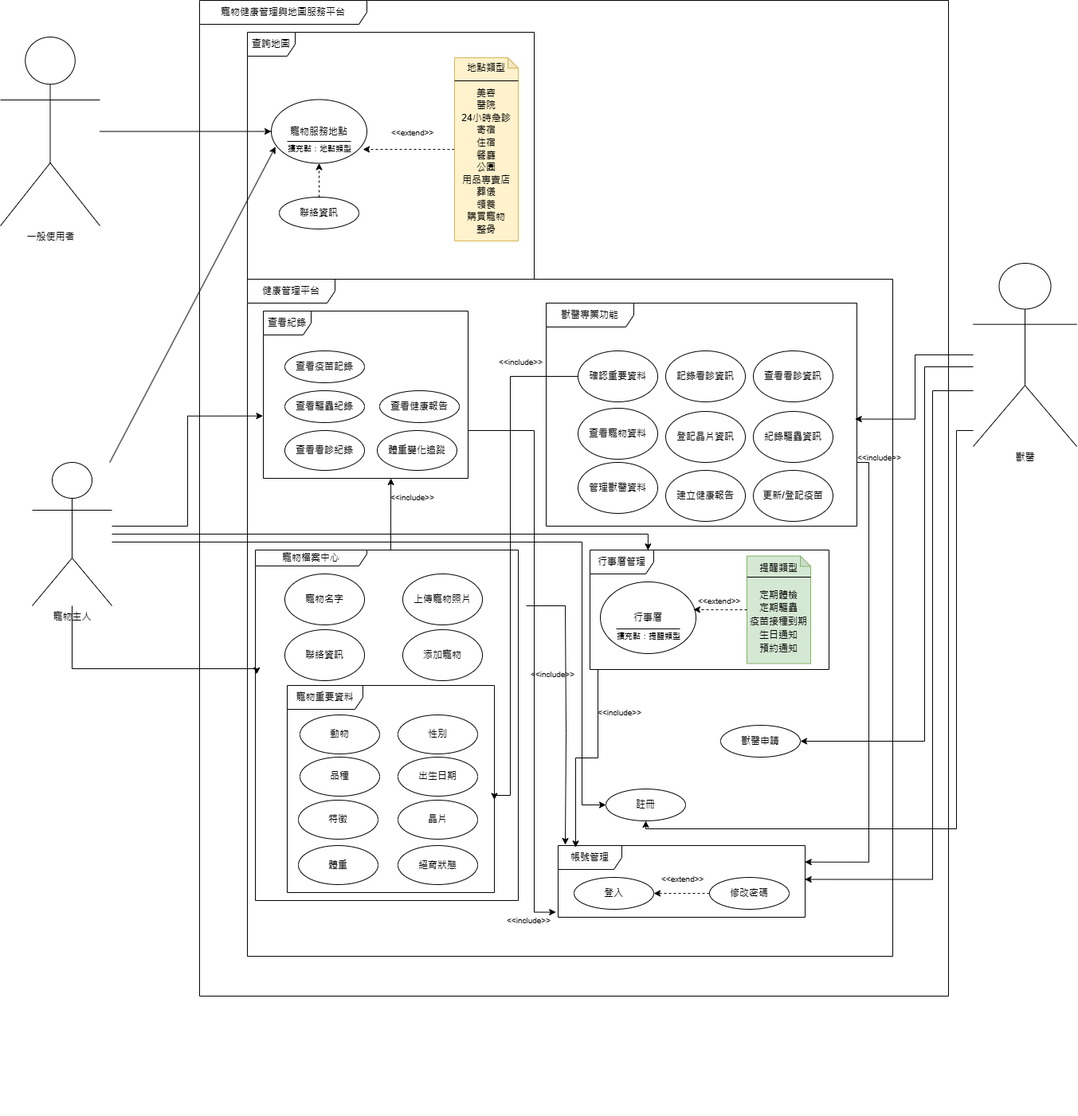
Above: 系統分析與設計UML/案例圖/案例圖2.0.drawio.png in hongxu0218/114404ntub (draw.io), before the change. Source tidied: cells renumbered, new cells last; positions are measured from the earlier drawing's top-left corner, leaving out a move shared by most shapes.
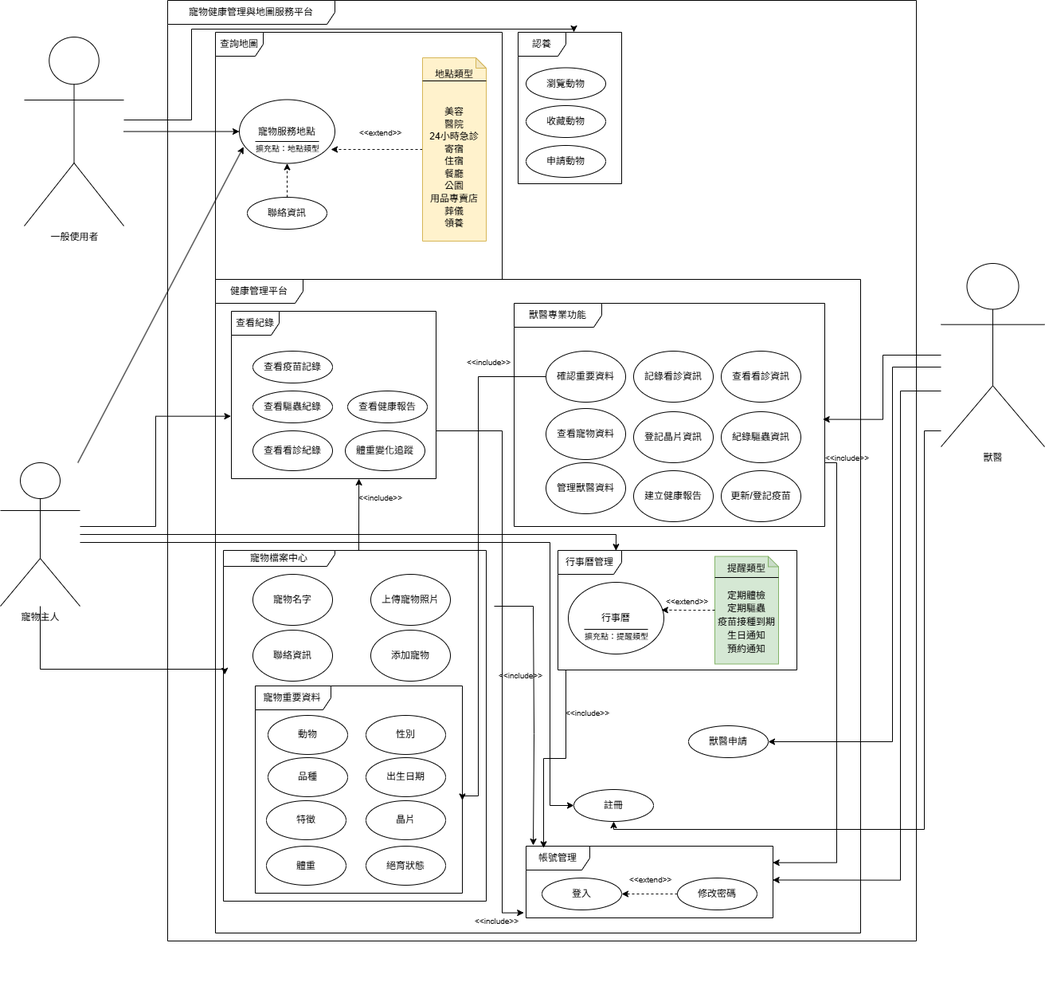
The same file after the commit.

Change to the diagram source:
```diff
@@ -5,8 +5,17 @@
     <mxCell id="2" style="edgeStyle=orthogonalEdgeStyle;rounded=0;jettySize=auto;html=1;" parent="1" edge="1" source="3" target="10">
       <mxGeometry relative="1" as="geometry" />
     </mxCell>
+    <mxCell id="95" style="edgeStyle=orthogonalEdgeStyle;rounded=0;jettySize=auto;html=1;" parent="1" edge="1" source="3" target="96">
+      <mxGeometry relative="1" as="geometry">
+        <Array as="points">
+          <mxPoint x="280" y="150" />
+          <mxPoint x="280" y="36" />
+          <mxPoint x="760" y="36" />
+        </Array>
+      </mxGeometry>
+    </mxCell>
     <mxCell id="3" value="一般使用者" style="shape=umlActor;verticalLabelPosition=bottom;verticalAlign=top;html=1;" parent="1" vertex="1">
-      <mxGeometry y="46" width="125" height="237" as="geometry" />
+      <mxGeometry x="70" y="46" width="125" height="237" as="geometry" />
     </mxCell>
     <mxCell id="4" style="edgeStyle=orthogonalEdgeStyle;rounded=0;jettySize=auto;html=1;" parent="1" edge="1" source="5" target="82">
       <mxGeometry relative="1" as="geometry">
@@ -40,7 +49,7 @@
       <mxGeometry x="1221" y="330" width="130" height="230" as="geometry" />
     </mxCell>
     <mxCell id="9" value="健康管理平台" style="shape=umlFrame;whiteSpace=wrap;html=1;width=110;height=30;" parent="1" vertex="1">
-      <mxGeometry x="310" y="350" width="810" height="850" as="geometry" />
+      <mxGeometry x="310" y="350" width="810" height="820" as="geometry" />
     </mxCell>
     <mxCell id="10" value="寵物服務地點" style="ellipse;whiteSpace=wrap;html=1;align=center;" parent="1" vertex="1">
       <mxGeometry x="340" y="124.5" width="120" height="80" as="geometry" />
@@ -66,7 +75,7 @@
     <mxCell id="17" style="group;" parent="1" vertex="1">
       <mxGeometry x="570" y="72" width="80" height="230" as="geometry" />
     </mxCell>
-    <mxCell id="18" value="&lt;div style=&quot;line-height: 130%;&quot;&gt;地點類型&lt;/div&gt;&lt;div style=&quot;line-height: 130%;&quot;&gt;&lt;br&gt;&lt;div&gt;美容&lt;/div&gt;&lt;div&gt;醫院&lt;/div&gt;&lt;div&gt;24小時急診&lt;/div&gt;&lt;div&gt;寄宿&lt;/div&gt;&lt;div&gt;住宿&lt;/div&gt;&lt;div&gt;餐廳&lt;/div&gt;&lt;div&gt;公園&lt;/div&gt;&lt;div&gt;用品專賣店&lt;/div&gt;&lt;div&gt;葬儀&lt;/div&gt;&lt;div&gt;領養&lt;/div&gt;&lt;div&gt;購買寵物&lt;/div&gt;&lt;div&gt;整骨&lt;/div&gt;&lt;/div&gt;" style="shape=note;whiteSpace=wrap;html=1;backgroundOutline=1;darkOpacity=0.05;size=13;fillColor=#fff2cc;strokeColor=#d6b656;" parent="17" vertex="1">
+    <mxCell id="18" value="&lt;div style=&quot;line-height: 130%;&quot;&gt;地點類型&lt;/div&gt;&lt;div style=&quot;line-height: 130%;&quot;&gt;&lt;br&gt;&lt;/div&gt;&lt;div style=&quot;line-height: 130%;&quot;&gt;&lt;br&gt;&lt;div&gt;美容&lt;/div&gt;&lt;div&gt;醫院&lt;/div&gt;&lt;div&gt;24小時急診&lt;/div&gt;&lt;div&gt;寄宿&lt;/div&gt;&lt;div&gt;住宿&lt;/div&gt;&lt;div&gt;餐廳&lt;/div&gt;&lt;div&gt;公園&lt;/div&gt;&lt;div&gt;用品專賣店&lt;/div&gt;&lt;div&gt;葬儀&lt;/div&gt;&lt;div&gt;領養&lt;/div&gt;&lt;/div&gt;" style="shape=note;whiteSpace=wrap;html=1;backgroundOutline=1;darkOpacity=0.05;size=13;fillColor=#fff2cc;strokeColor=#d6b656;" parent="17" vertex="1">
       <mxGeometry width="80" height="230" as="geometry" />
     </mxCell>
     <mxCell id="19" style="line;strokeWidth=1;html=1;" parent="17" vertex="1">
@@ -233,15 +242,6 @@
         </Array>
       </mxGeometry>
     </mxCell>
-    <mxCell id="68" style="group;" parent="1" vertex="1">
-      <mxGeometry x="523" y="1210" width="360" height="190" as="geometry" />
-    </mxCell>
-    <mxCell id="69" style="edgeStyle=orthogonalEdgeStyle;rounded=0;orthogonalLoop=1;jettySize=auto;html=1;exitX=0.5;exitY=1;exitDx=0;exitDy=0;" parent="68" edge="1">
-      <mxGeometry relative="1" as="geometry">
-        <mxPoint x="196" y="140" as="sourcePoint" />
-        <mxPoint x="196" y="140" as="targetPoint" />
-      </mxGeometry>
-    </mxCell>
     <mxCell id="70" value="行事曆管理" style="shape=umlFrame;whiteSpace=wrap;html=1;width=80;height=30;" parent="1" vertex="1">
       <mxGeometry x="740" y="690" width="300" height="150" as="geometry" />
     </mxCell>
@@ -347,7 +347,19 @@
       <mxGeometry x="904" y="910" width="100" height="40" as="geometry" />
     </mxCell>
     <mxCell id="94" value="寵物健康管理與地圖服務平台" style="shape=umlFrame;whiteSpace=wrap;html=1;width=210;height=30;" parent="1" vertex="1">
-      <mxGeometry x="250" width="940" height="1250" as="geometry" />
+      <mxGeometry x="250" width="940" height="1180" as="geometry" />
     </mxCell>
+    <mxCell id="96" value="認養" style="shape=umlFrame;whiteSpace=wrap;html=1;" parent="1" vertex="1">
+      <mxGeometry x="690" y="40" width="130" height="190" as="geometry" />
+    </mxCell>
+    <mxCell id="97" value="瀏覽動物" style="ellipse;whiteSpace=wrap;html=1;align=center;" parent="1" vertex="1">
+      <mxGeometry x="700" y="84.5" width="100" height="40" as="geometry" />
+    </mxCell>
+    <mxCell id="98" value="收藏動物" style="ellipse;whiteSpace=wrap;html=1;align=center;" parent="1" vertex="1">
+      <mxGeometry x="700" y="132" width="100" height="40" as="geometry" />
+    </mxCell>
+    <mxCell id="99" value="申請動物" style="ellipse;whiteSpace=wrap;html=1;align=center;" parent="1" vertex="1">
+      <mxGeometry x="700" y="182" width="100" height="40" as="geometry" />
+    </mxCell>
   </root>
 </mxGraphModel>
```
